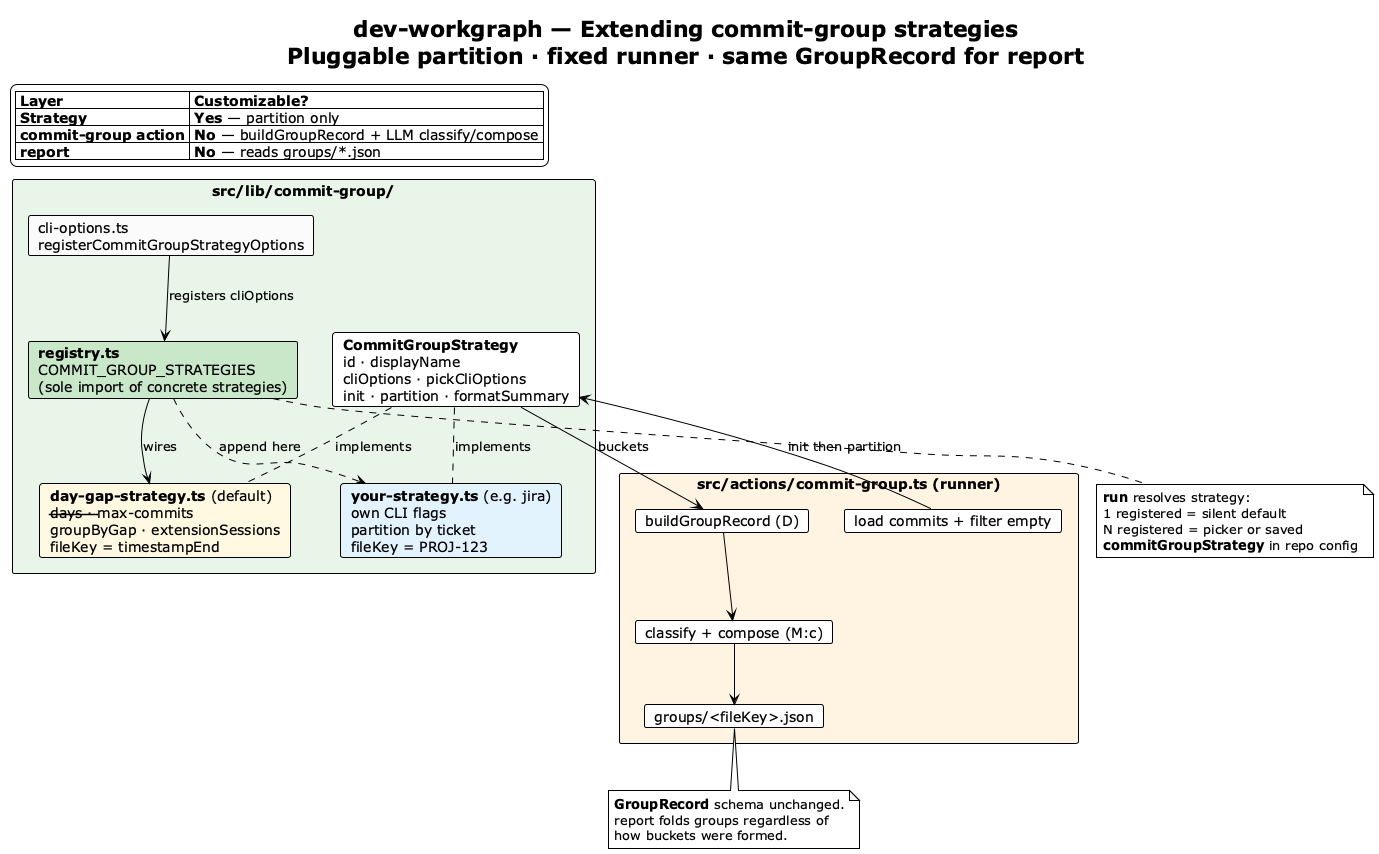
Before: img/commit-group-strategies.png, a diagram exported from PlantUML (vzakharchenko/dev-workgraph). Its diagram source:
```plantuml
@startuml commit-group-strategies
!theme plain
skinparam shadowing false
skinparam componentStyle rectangle

title dev-workgraph — **Extending commit-group strategies**\nPluggable partition · fixed runner · same GroupRecord for report

legend top left
  |= Layer |= Customizable? |
  | **Strategy** | **Yes** — partition only |
  | **commit-group action** | **No** — buildGroupRecord + LLM classify/compose |
  | **report** | **No** — reads groups/*.json |
endlegend

rectangle "src/lib/commit-group/" #E8F5E9 {
  card "**CommitGroupStrategy**\nid · displayName\ncliOptions · pickCliOptions\ninit · partition · formatSummary" as IFACE

  card "**registry.ts**\nCOMMIT_GROUP_STRATEGIES\n(sole import of concrete strategies)" as REG #C8E6C9

  card "**day-gap-strategy.ts** (default)\n--days · --max-commits\ngroupByGap · extensionSessions\nfileKey = timestampEnd" as DAY #FFF8E1

  card "**your-strategy.ts** (e.g. jira)\nown CLI flags\npartition by ticket\nfileKey = PROJ-123" as CUSTOM #E3F2FD

  card "cli-options.ts\nregisterCommitGroupStrategyOptions" as CLI #FAFAFA
}

rectangle "src/actions/commit-group.ts (runner)" #FFF3E0 {
  card "load commits + filter empty" as LOAD
  card "buildGroupRecord (D)" as BUILD
  card "classify + compose (M:c)" as LLM
  card "groups/<fileKey>.json" as OUT
}

REG --> DAY : wires
REG ..> CUSTOM : append here
IFACE .. DAY : implements
IFACE .. CUSTOM : implements

CLI --> REG : registers cliOptions

LOAD --> IFACE : init then partition
IFACE --> BUILD : buckets
BUILD --> LLM
LLM --> OUT

note bottom of REG
  **run** resolves strategy:
  1 registered = silent default
  N registered = picker or saved
  **commitGroupStrategy** in repo config
end note

note bottom of OUT
  **GroupRecord** schema unchanged.
  report folds groups regardless of
  how buckets were formed.
end note

@enduml
```
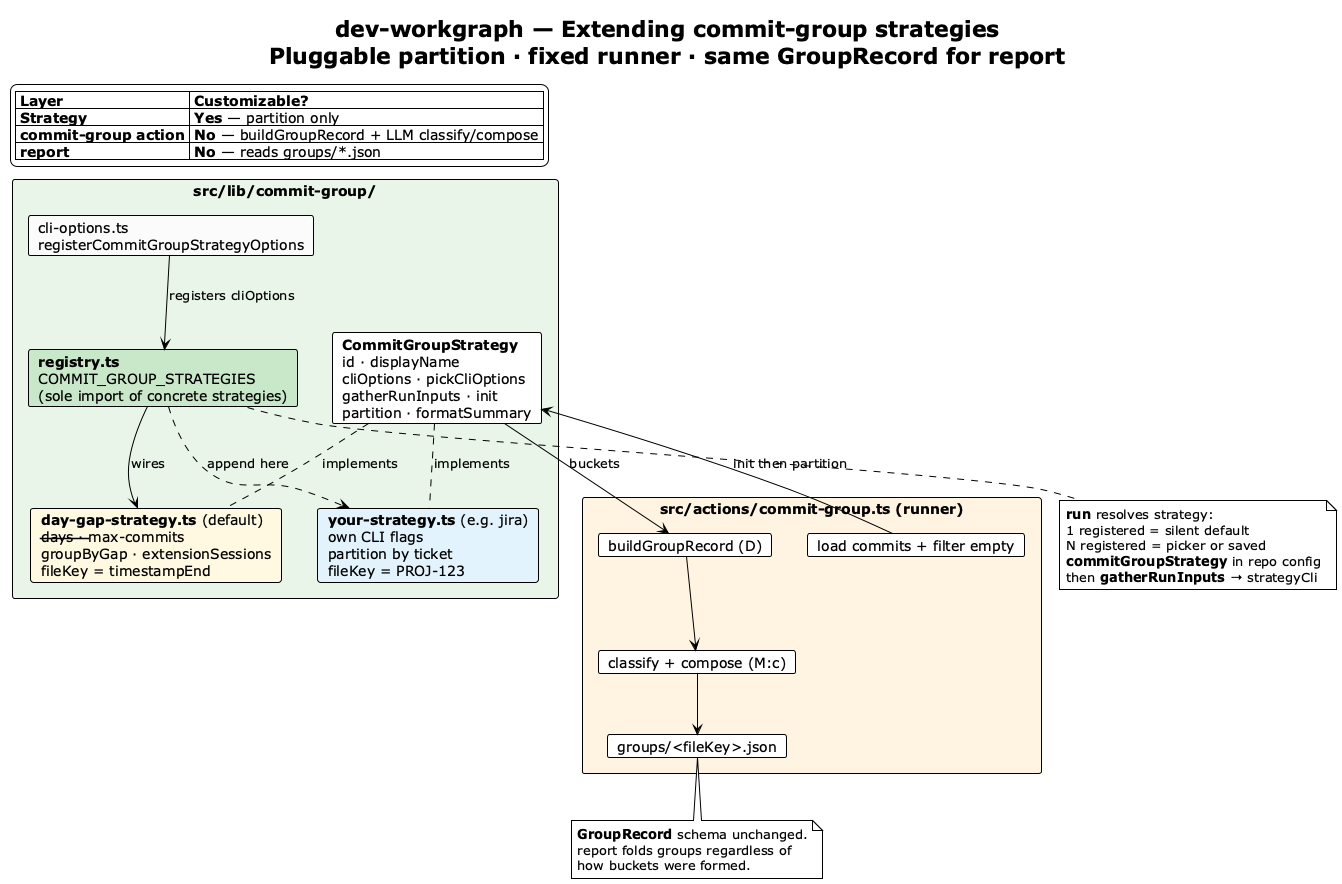
After the change.

Change to the diagram source:
```diff
@@ -13,7 +13,7 @@
 endlegend
 
 rectangle "src/lib/commit-group/" #E8F5E9 {
-  card "**CommitGroupStrategy**\nid · displayName\ncliOptions · pickCliOptions\ninit · partition · formatSummary" as IFACE
+  card "**CommitGroupStrategy**\nid · displayName\ncliOptions · pickCliOptions\ngatherRunInputs · init\npartition · formatSummary" as IFACE
 
   card "**registry.ts**\nCOMMIT_GROUP_STRATEGIES\n(sole import of concrete strategies)" as REG #C8E6C9
 
@@ -48,6 +48,7 @@
   1 registered = silent default
   N registered = picker or saved
   **commitGroupStrategy** in repo config
+  then **gatherRunInputs** → strategyCli
 end note
 
 note bottom of OUT
```
